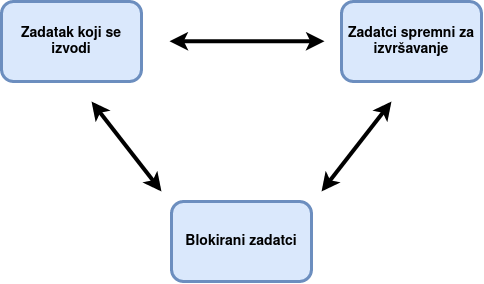
The draw.io diagram images/stanja_taskova.png in ljengic/Zavrsni-projekt, before a commit. Source tidied: cells renumbered, new cells last; positions are measured from the earlier drawing's top-left corner, leaving out a move shared by most shapes.
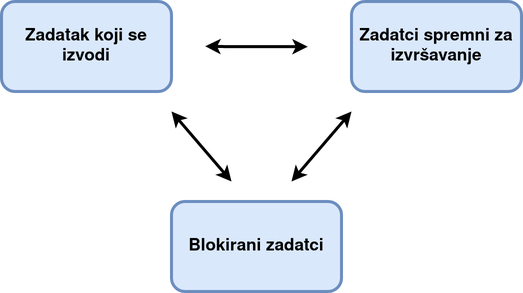
After the change.

What changed in the source:
```diff
@@ -2,32 +2,35 @@
   <root>
     <mxCell id="0" />
     <mxCell id="1" parent="0" />
-    <mxCell id="2" value="&lt;div style=&quot;font-size: 14px;&quot;&gt;&lt;font style=&quot;font-size: 14px;&quot;&gt;Blokirani zadatci&lt;/font&gt;&lt;/div&gt;" style="rounded=1;whiteSpace=wrap;html=1;fillColor=#dae8fc;strokeColor=#6c8ebf;fontStyle=1;strokeWidth=3;" parent="1" vertex="1">
-      <mxGeometry x="170" y="200" width="140" height="80" as="geometry" />
+    <mxCell id="2" value="&lt;div style=&quot;font-size: 17px;&quot;&gt;&lt;b&gt;&lt;font style=&quot;font-size: 17px;&quot;&gt;Blokirani zadatci&lt;/font&gt;&lt;/b&gt;&lt;/div&gt;" style="rounded=1;whiteSpace=wrap;html=1;fillColor=#dae8fc;strokeColor=#6c8ebf;strokeWidth=3;" parent="1" vertex="1">
+      <mxGeometry x="170" y="200" width="170" height="90" as="geometry" />
     </mxCell>
-    <mxCell id="3" value="&lt;font style=&quot;font-size: 14px;&quot;&gt;Zadatci spremni za izvršavanje&lt;/font&gt;" style="rounded=1;whiteSpace=wrap;html=1;fontStyle=1;align=center;verticalAlign=middle;horizontal=1;labelBackgroundColor=none;labelBorderColor=none;fillColor=#dae8fc;strokeColor=#6c8ebf;strokeWidth=3;shadow=0;sketch=0;glass=0;" parent="1" vertex="1">
-      <mxGeometry x="340" width="140" height="80" as="geometry" />
+    <mxCell id="3" value="&lt;div style=&quot;font-size: 17px;&quot;&gt;&lt;b&gt;&lt;font style=&quot;font-size: 17px;&quot;&gt;Zadatci spremni za izvršavanje&lt;/font&gt;&lt;/b&gt;&lt;/div&gt;" style="rounded=1;whiteSpace=wrap;html=1;fillColor=#dae8fc;strokeColor=#6c8ebf;strokeWidth=3;" parent="1" vertex="1">
+      <mxGeometry x="350" width="170" height="90" as="geometry" />
     </mxCell>
-    <mxCell id="4" value="&lt;font style=&quot;font-size: 14px;&quot;&gt;Zadatak koji se izvodi&lt;/font&gt;" style="rounded=1;whiteSpace=wrap;html=1;fillColor=#dae8fc;strokeColor=#6c8ebf;fontStyle=1;strokeWidth=3;" parent="1" vertex="1">
-      <mxGeometry width="140" height="80" as="geometry" />
+    <mxCell id="4" value="&lt;b&gt;&lt;font style=&quot;font-size: 17px;&quot;&gt;Zadatak koji se izvodi&lt;/font&gt;&lt;/b&gt;" style="rounded=1;whiteSpace=wrap;html=1;fillColor=#dae8fc;strokeColor=#6c8ebf;strokeWidth=3;" parent="1" vertex="1">
+      <mxGeometry width="170" height="90" as="geometry" />
     </mxCell>
-    <mxCell id="5" style="endArrow=classic;startArrow=classic;html=1;rounded=0;strokeWidth=4;jumpSize=6;" parent="1" edge="1">
-      <mxGeometry relative="1" as="geometry">
-        <mxPoint x="320" y="190" as="sourcePoint" />
-        <mxPoint x="390" y="100" as="targetPoint" />
-      </mxGeometry>
-    </mxCell>
-    <mxCell id="6" style="endArrow=classic;startArrow=classic;html=1;rounded=0;strokeWidth=4;jumpSize=6;" parent="1" edge="1">
-      <mxGeometry relative="1" as="geometry">
-        <mxPoint x="168" y="39.7" as="sourcePoint" />
-        <mxPoint x="323" y="39.7" as="targetPoint" />
-      </mxGeometry>
-    </mxCell>
-    <mxCell id="7" style="endArrow=classic;startArrow=classic;html=1;rounded=0;strokeWidth=4;jumpSize=6;" parent="1" edge="1">
-      <mxGeometry relative="1" as="geometry">
-        <mxPoint x="160" y="190" as="sourcePoint" />
-        <mxPoint x="90" y="100" as="targetPoint" />
-      </mxGeometry>
-    </mxCell>
+    <mxCell id="8" style="endArrow=classic;startArrow=classic;html=1;rounded=0;fontSize=17;strokeWidth=3;" parent="1" edge="1">
+      <mxGeometry relative="1" as="geometry">
+        <mxPoint x="230" y="180" as="sourcePoint" />
+        <mxPoint x="170" y="110" as="targetPoint" />
+      </mxGeometry>
+    </mxCell>
+    <mxCell id="9" style="endArrow=classic;startArrow=classic;html=1;rounded=0;fontSize=17;strokeWidth=3;" parent="1" edge="1">
+      <mxGeometry relative="1" as="geometry">
+        <mxPoint x="306.2" y="45.2" as="sourcePoint" />
+        <mxPoint x="203.8" y="44.8" as="targetPoint" />
+        <Array as="points">
+          <mxPoint x="228.8" y="45.2" />
+        </Array>
+      </mxGeometry>
+    </mxCell>
+    <mxCell id="10" style="endArrow=classic;startArrow=classic;html=1;rounded=0;fontSize=17;strokeWidth=3;" parent="1" edge="1">
+      <mxGeometry relative="1" as="geometry">
+        <mxPoint x="350" y="110" as="sourcePoint" />
+        <mxPoint x="290" y="180" as="targetPoint" />
+      </mxGeometry>
+    </mxCell>
   </root>
 </mxGraphModel>
```
